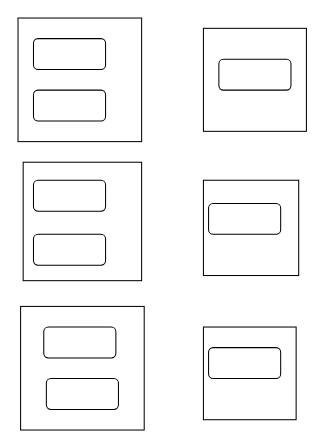
This is RBI_IMPS.drawio from ashwiniadlakha/draw_io, a draw.io file, before an edit. Source tidied: cells renumbered, new cells numbered last; positions are measured from the earlier drawing's top-left corner, leaving out a move shared by most shapes. Both pictures are drawn from the tidied source at 103%, with x=0, y=0 at pixel (18, 18).
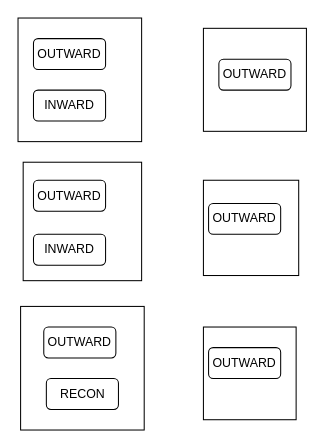
After the change.

Diff of the diagram source:
```diff
@@
 <mxGraphModel>
   <root>
     <mxCell id="0" />
     <mxCell id="1" parent="0" />
     <mxCell id="2" style="whiteSpace=wrap;html=1;" parent="1" vertex="1">
       <mxGeometry x="180" y="300" width="90" height="90" as="geometry" />
     </mxCell>
     <mxCell id="3" style="whiteSpace=wrap;html=1;" parent="1" vertex="1">
       <mxGeometry x="180" y="157.5" width="92.5" height="92.5" as="geometry" />
     </mxCell>
     <mxCell id="4" style="whiteSpace=wrap;html=1;" parent="1" vertex="1">
       <mxGeometry x="2.5" y="280" width="120" height="120" as="geometry" />
     </mxCell>
     <mxCell id="5" style="whiteSpace=wrap;html=1;" parent="1" vertex="1">
       <mxGeometry x="180" y="10" width="100" height="100" as="geometry" />
     </mxCell>
     <mxCell id="6" style="whiteSpace=wrap;html=1;" parent="1" vertex="1">
       <mxGeometry x="5" y="140" width="115" height="115" as="geometry" />
     </mxCell>
     <mxCell id="7" style="whiteSpace=wrap;html=1;" parent="1" vertex="1">
       <mxGeometry width="120" height="120" as="geometry" />
     </mxCell>
-    <mxCell id="8" style="rounded=1;whiteSpace=wrap;html=1;" parent="1" vertex="1">
+    <mxCell id="8" value="OUTWARD" style="rounded=1;whiteSpace=wrap;html=1;" parent="1" vertex="1">
       <mxGeometry x="15" y="20" width="70" height="30" as="geometry" />
     </mxCell>
-    <mxCell id="9" style="rounded=1;whiteSpace=wrap;html=1;" parent="1" vertex="1">
+    <mxCell id="9" value="OUTWARD" style="rounded=1;whiteSpace=wrap;html=1;" parent="1" vertex="1">
       <mxGeometry x="195" y="40" width="70" height="30" as="geometry" />
     </mxCell>
-    <mxCell id="10" style="rounded=1;whiteSpace=wrap;html=1;" parent="1" vertex="1">
+    <mxCell id="10" value="INWARD" style="rounded=1;whiteSpace=wrap;html=1;" parent="1" vertex="1">
       <mxGeometry x="15" y="70" width="70" height="30" as="geometry" />
     </mxCell>
-    <mxCell id="11" style="rounded=1;whiteSpace=wrap;html=1;" parent="1" vertex="1">
+    <mxCell id="11" value="OUTWARD" style="rounded=1;whiteSpace=wrap;html=1;" parent="1" vertex="1">
       <mxGeometry x="15" y="157.5" width="70" height="30" as="geometry" />
     </mxCell>
-    <mxCell id="12" style="rounded=1;whiteSpace=wrap;html=1;" parent="1" vertex="1">
+    <mxCell id="12" value="INWARD" style="rounded=1;whiteSpace=wrap;html=1;" parent="1" vertex="1">
       <mxGeometry x="15" y="210" width="70" height="30" as="geometry" />
     </mxCell>
-    <mxCell id="13" style="rounded=1;whiteSpace=wrap;html=1;" parent="1" vertex="1">
+    <mxCell id="13" value="OUTWARD" style="rounded=1;whiteSpace=wrap;html=1;" parent="1" vertex="1">
       <mxGeometry x="25" y="300" width="70" height="30" as="geometry" />
     </mxCell>
-    <mxCell id="14" style="rounded=1;whiteSpace=wrap;html=1;" parent="1" vertex="1">
+    <mxCell id="14" value="RECON" style="rounded=1;whiteSpace=wrap;html=1;" parent="1" vertex="1">
       <mxGeometry x="27.5" y="350" width="70" height="30" as="geometry" />
     </mxCell>
-    <mxCell id="15" style="rounded=1;whiteSpace=wrap;html=1;" parent="1" vertex="1">
+    <mxCell id="15" value="OUTWARD" style="rounded=1;whiteSpace=wrap;html=1;" parent="1" vertex="1">
       <mxGeometry x="185" y="180" width="70" height="30" as="geometry" />
     </mxCell>
-    <mxCell id="16" style="rounded=1;whiteSpace=wrap;html=1;" parent="1" vertex="1">
+    <mxCell id="16" value="OUTWARD" style="rounded=1;whiteSpace=wrap;html=1;" parent="1" vertex="1">
       <mxGeometry x="185" y="320" width="70" height="30" as="geometry" />
     </mxCell>
   </root>
 </mxGraphModel>
```
